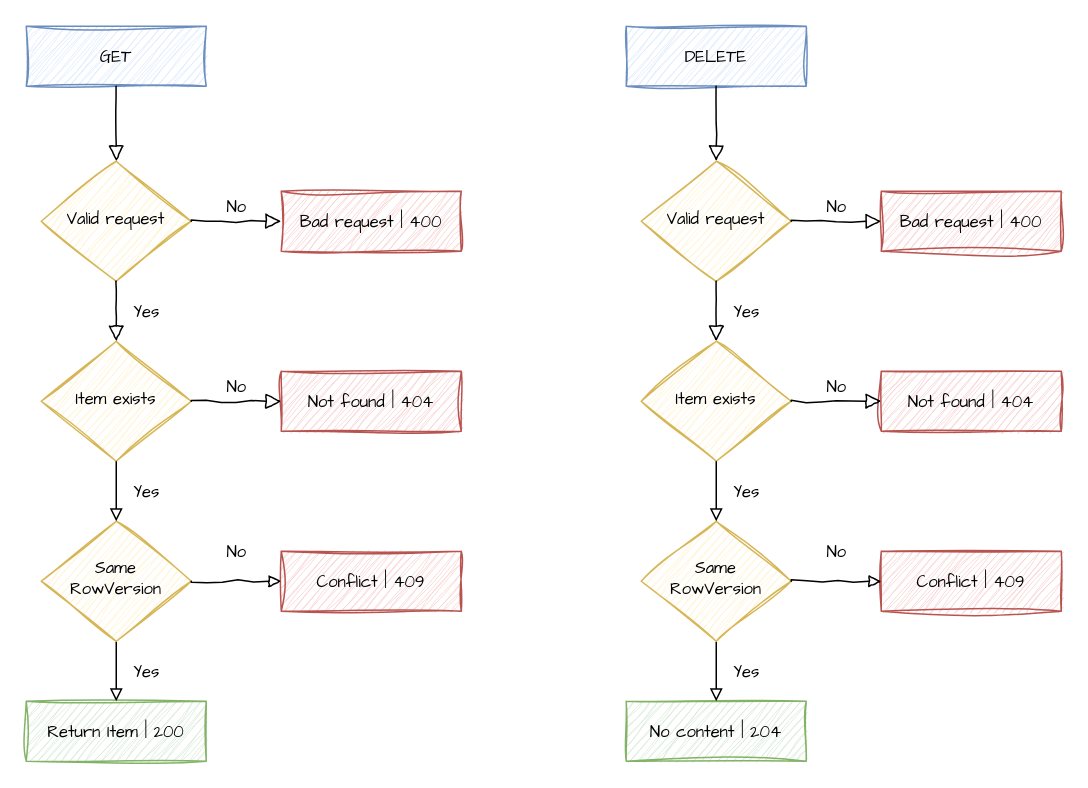
This is docs/Items.Flaws.drawio from gbrantzos/SimpleAPI, a draw.io file, before an edit. Source tidied: cells renumbered, new cells numbered last; positions are measured from the earlier drawing's top-left corner, leaving out a move shared by most shapes. Both pictures are drawn from the tidied source at 150%, with x=0, y=0 at pixel (26, 26).
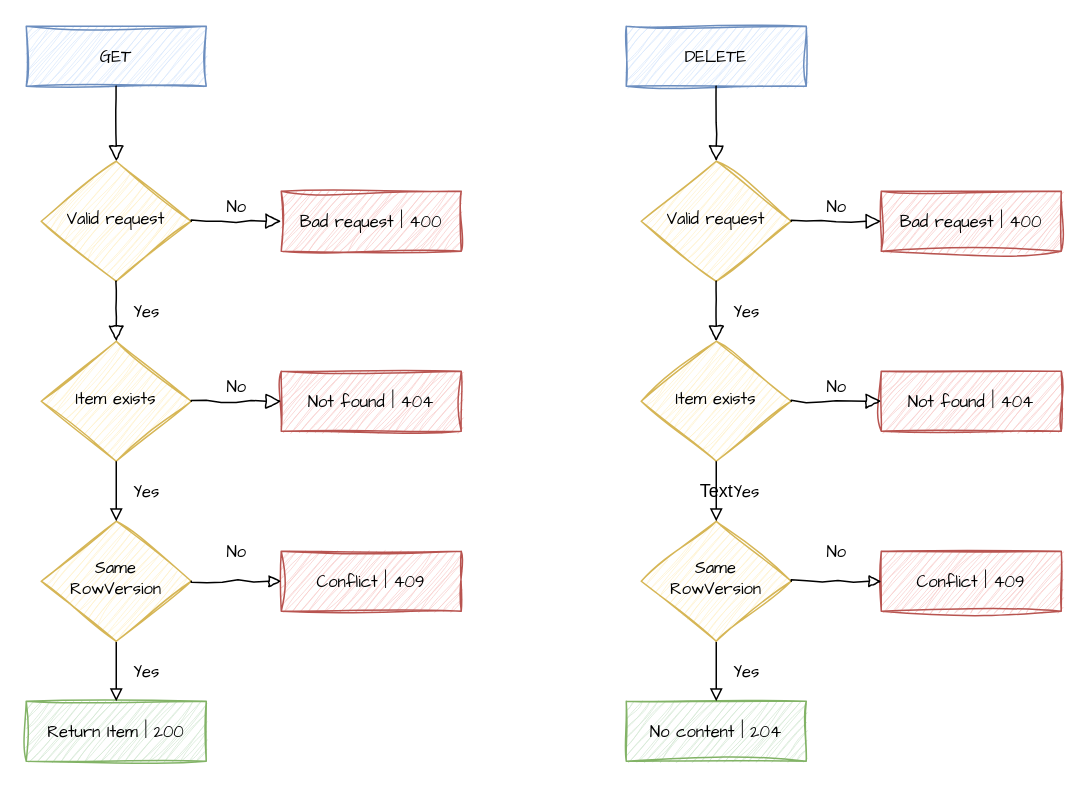
After the change.

Diff of the diagram source:
```diff
@@
+    <mxCell id="34" value="Text" style="text;html=1;align=center;verticalAlign=middle;fillColor=none;strokeColor=none;rounded=0;" parent="1" vertex="1">
+      <mxGeometry x="435" y="295" width="50" height="30" as="geometry" />
+    </mxCell>
```
